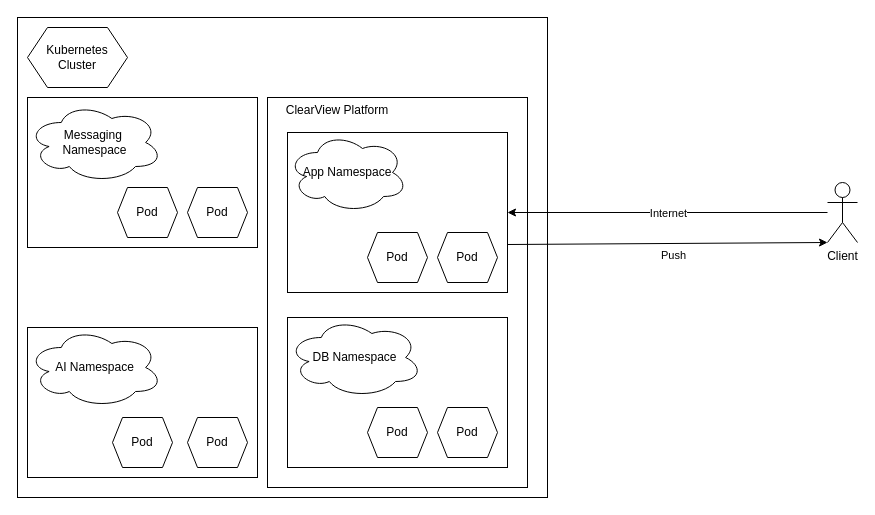
The draw.io diagram deployment/drawio_images/deployment.drawio in SK11GS/Builders-Glitch, before the edit. Source tidied: cells renumbered, new cells numbered last; positions are measured from the earlier drawing's top-left corner, leaving out a move shared by most shapes. Both pictures are drawn from the tidied source at 100%, with x=0, y=0 at pixel (17, 17).
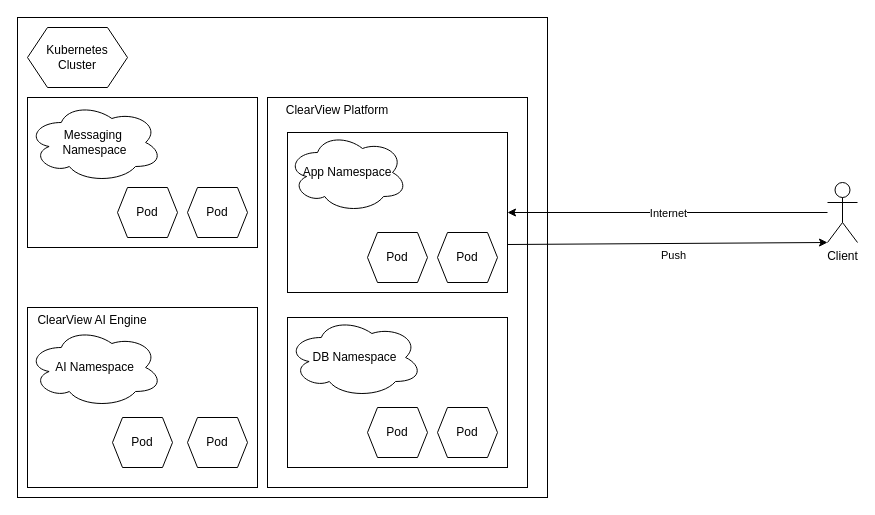
The same page after the edit.

Change to the diagram source:
```diff
@@
     <mxCell id="24" style="rounded=0;whiteSpace=wrap;html=1;" parent="1" vertex="1">
-      <mxGeometry x="10" y="310" width="230" height="150" as="geometry" />
+      <mxGeometry x="10" y="290" width="230" height="180" as="geometry" />
     </mxCell>
@@
+    <mxCell id="28" value="ClearView AI Engine&lt;div&gt;&lt;div&gt;&lt;br&gt;&lt;/div&gt;&lt;/div&gt;" style="text;html=1;align=center;verticalAlign=middle;whiteSpace=wrap;rounded=0;" parent="1" vertex="1">
+      <mxGeometry x="5" y="300" width="140" height="20" as="geometry" />
+    </mxCell>
```
